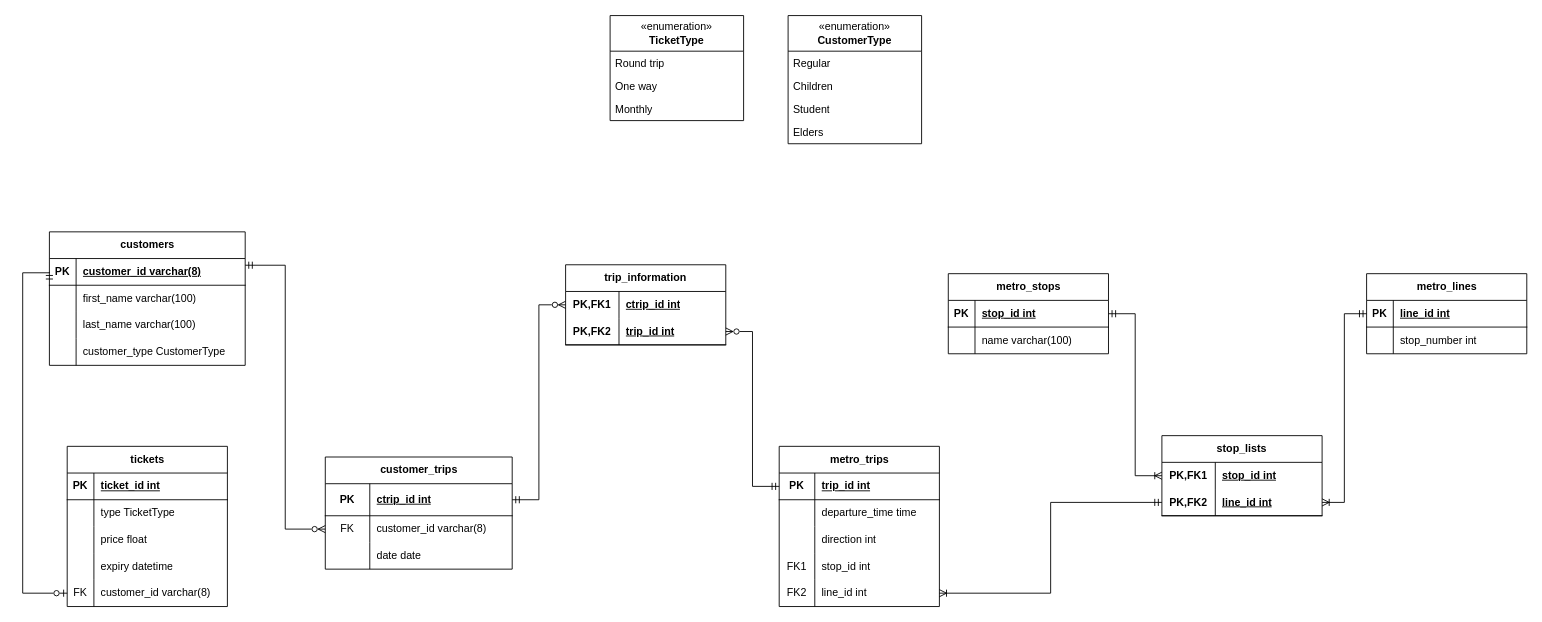
The draw.io diagram page "ER" (2 of 2) of metro_project.drawio in emochivo/the_metro_project, before the edit. Source tidied: cells renumbered, new cells numbered last; positions are measured from the earlier drawing's top-left corner, leaving out a move shared by most shapes. Both pictures are drawn from the tidied source at 89%, with x=0, y=0 at pixel (22, 15).
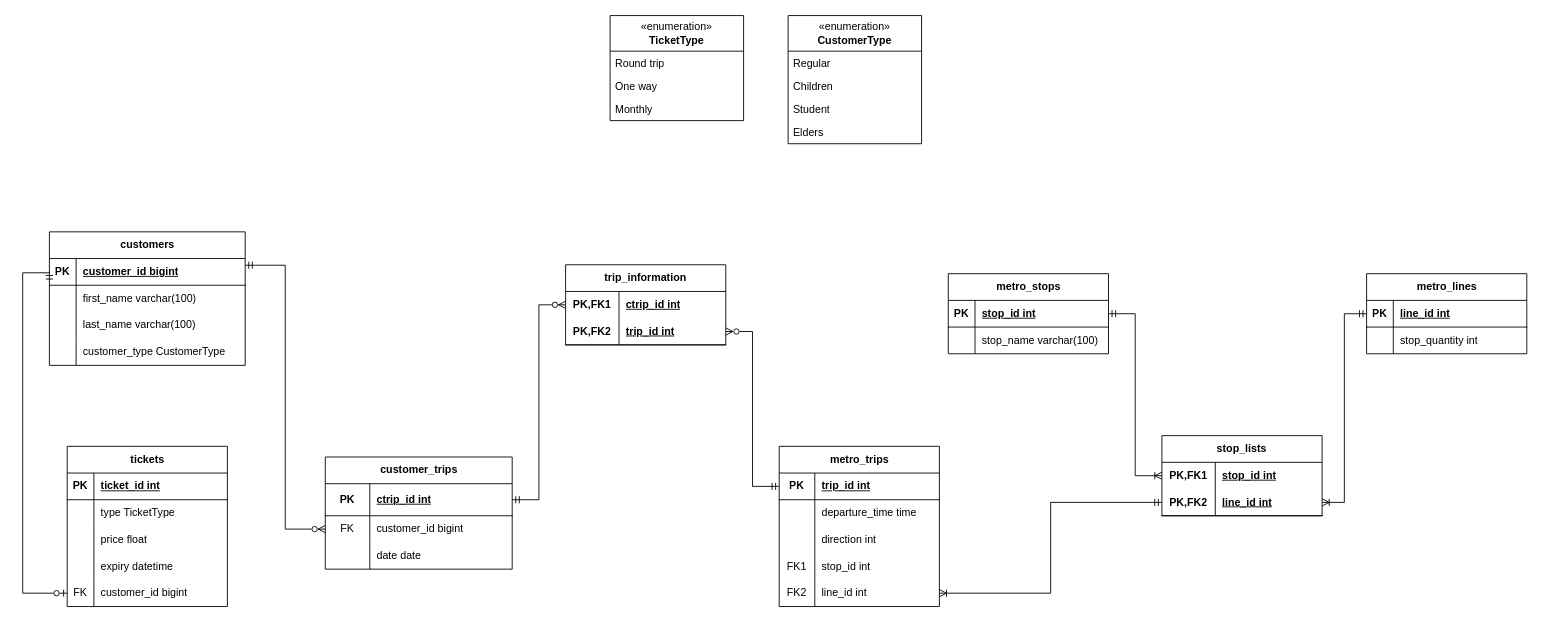
After the change.

The change refers to these unchanged cells:
```xml
<mxCell id="4" style="shape=tableRow;horizontal=0;startSize=0;swimlaneHead=0;swimlaneBody=0;fillColor=none;points=[[0,0.5],[1,0.5]];portConstraint=eastwest;top=0;left=0;right=0;bottom=1;" parent="3" vertex="1">
  <mxGeometry y="30" width="220" height="30" as="geometry" />
</mxCell>
<mxCell id="38" style="shape=tableRow;horizontal=0;startSize=0;swimlaneHead=0;swimlaneBody=0;fillColor=none;points=[[0,0.5],[1,0.5]];portConstraint=eastwest;top=0;left=0;right=0;bottom=0;" parent="25" vertex="1">
  <mxGeometry y="150" width="180" height="30" as="geometry" />
</mxCell>
<mxCell id="61" style="shape=tableRow;horizontal=0;startSize=0;swimlaneHead=0;swimlaneBody=0;fillColor=none;top=0;left=0;right=0;bottom=0;" parent="57" vertex="1">
  <mxGeometry y="60" width="180" height="30" as="geometry" />
</mxCell>
<mxCell id="68" style="shape=tableRow;horizontal=0;startSize=0;swimlaneHead=0;swimlaneBody=0;fillColor=none;top=0;left=0;right=0;bottom=0;" parent="64" vertex="1">
  <mxGeometry y="60" width="180" height="30" as="geometry" />
</mxCell>
<mxCell id="76" style="shape=tableRow;horizontal=0;startSize=0;swimlaneHead=0;swimlaneBody=0;fillColor=none;points=[[0,0.5],[1,0.5]];portConstraint=eastwest;top=0;left=0;right=0;bottom=0;swimlaneFillColor=none;swimlaneLine=0;" parent="72" vertex="1">
  <mxGeometry y="66" width="210" height="30" as="geometry" />
</mxCell>
```

Change to the diagram source:
```diff
@@
-    <mxCell id="6" value="customer_id varchar(8)" style="shape=partialRectangle;fillColor=none;top=0;left=0;bottom=0;right=0;align=left;spacingLeft=6;fontStyle=5;overflow=hidden;whiteSpace=wrap;html=1;" parent="4" vertex="1">
+    <mxCell id="6" value="customer_id bigint" style="shape=partialRectangle;fillColor=none;top=0;left=0;bottom=0;right=0;align=left;spacingLeft=6;fontStyle=5;overflow=hidden;whiteSpace=wrap;html=1;" parent="4" vertex="1">
       <mxGeometry x="30" width="190" height="30" as="geometry" />
     </mxCell>
@@
-    <mxCell id="40" value="customer_id varchar(8)" style="shape=partialRectangle;fillColor=none;top=0;left=0;bottom=0;right=0;align=left;spacingLeft=6;overflow=hidden;whiteSpace=wrap;html=1;" parent="38" vertex="1">
+    <mxCell id="40" value="customer_id bigint" style="shape=partialRectangle;fillColor=none;top=0;left=0;bottom=0;right=0;align=left;spacingLeft=6;overflow=hidden;whiteSpace=wrap;html=1;" parent="38" vertex="1">
       <mxGeometry x="30" width="150" height="30" as="geometry" />
     </mxCell>
@@
-    <mxCell id="63" value="stop_number int" style="shape=partialRectangle;fillColor=none;top=0;left=0;bottom=0;right=0;align=left;spacingLeft=6;overflow=hidden;whiteSpace=wrap;html=1;" parent="61" vertex="1">
+    <mxCell id="63" value="stop_quantity int" style="shape=partialRectangle;fillColor=none;top=0;left=0;bottom=0;right=0;align=left;spacingLeft=6;overflow=hidden;whiteSpace=wrap;html=1;" parent="61" vertex="1">
       <mxGeometry x="30" width="150" height="30" as="geometry" />
     </mxCell>
@@
-    <mxCell id="70" value="name varchar(100)" style="shape=partialRectangle;fillColor=none;top=0;left=0;bottom=0;right=0;align=left;spacingLeft=6;overflow=hidden;whiteSpace=wrap;html=1;" parent="68" vertex="1">
+    <mxCell id="70" value="stop_name varchar(100)" style="shape=partialRectangle;fillColor=none;top=0;left=0;bottom=0;right=0;align=left;spacingLeft=6;overflow=hidden;whiteSpace=wrap;html=1;" parent="68" vertex="1">
       <mxGeometry x="30" width="150" height="30" as="geometry" />
     </mxCell>
@@
-    <mxCell id="78" value="customer_id varchar(8)" style="shape=partialRectangle;fillColor=none;top=0;left=0;bottom=0;right=0;align=left;spacingLeft=6;overflow=hidden;whiteSpace=wrap;html=1;swimlaneFillColor=none;swimlaneLine=0;fontStyle=0;" parent="76" vertex="1">
+    <mxCell id="78" value="customer_id bigint" style="shape=partialRectangle;fillColor=none;top=0;left=0;bottom=0;right=0;align=left;spacingLeft=6;overflow=hidden;whiteSpace=wrap;html=1;swimlaneFillColor=none;swimlaneLine=0;fontStyle=0;" parent="76" vertex="1">
       <mxGeometry x="50" width="160" height="30" as="geometry" />
     </mxCell>
```
